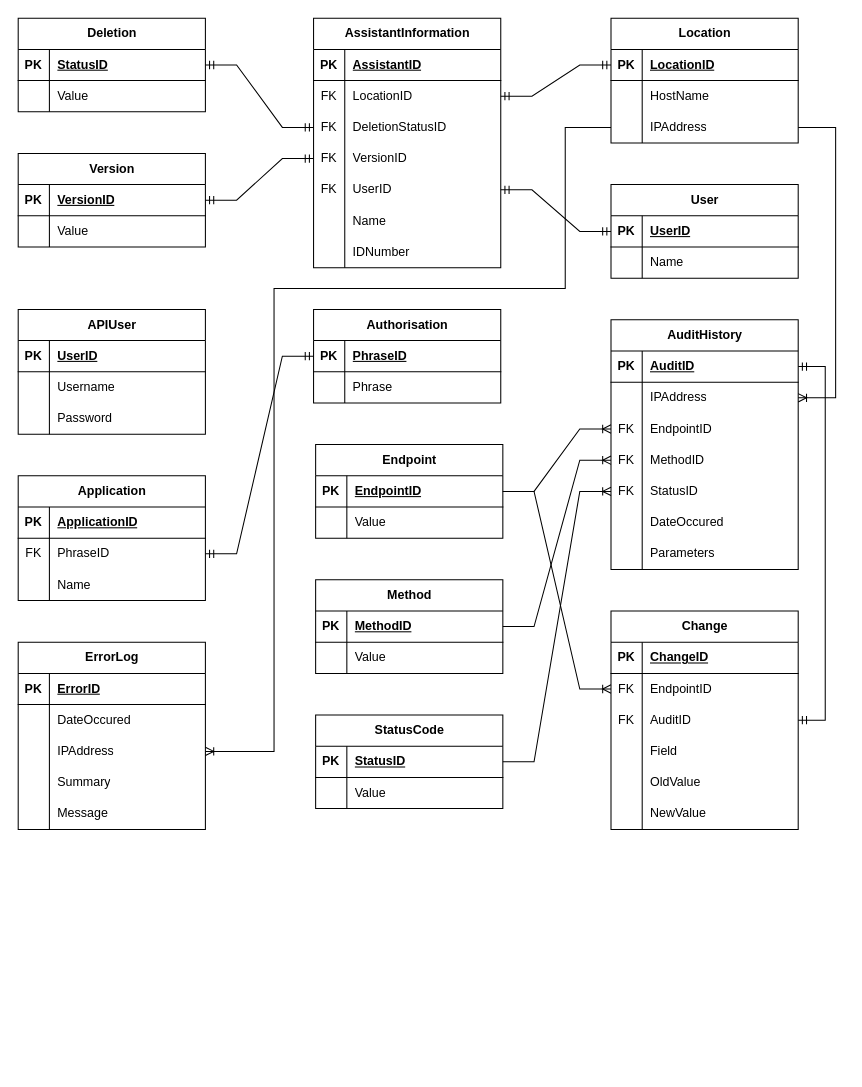
Above: Database ERD.drawio in LegendarySpork9/Hunter-Industries-API (draw.io), before the change. Source tidied: cells renumbered, new cells numbered last; positions are measured from the earlier drawing's top-left corner, leaving out a move shared by most shapes. Both pictures are drawn from the tidied source at 104%, with x=0, y=0 at pixel (18, 18).
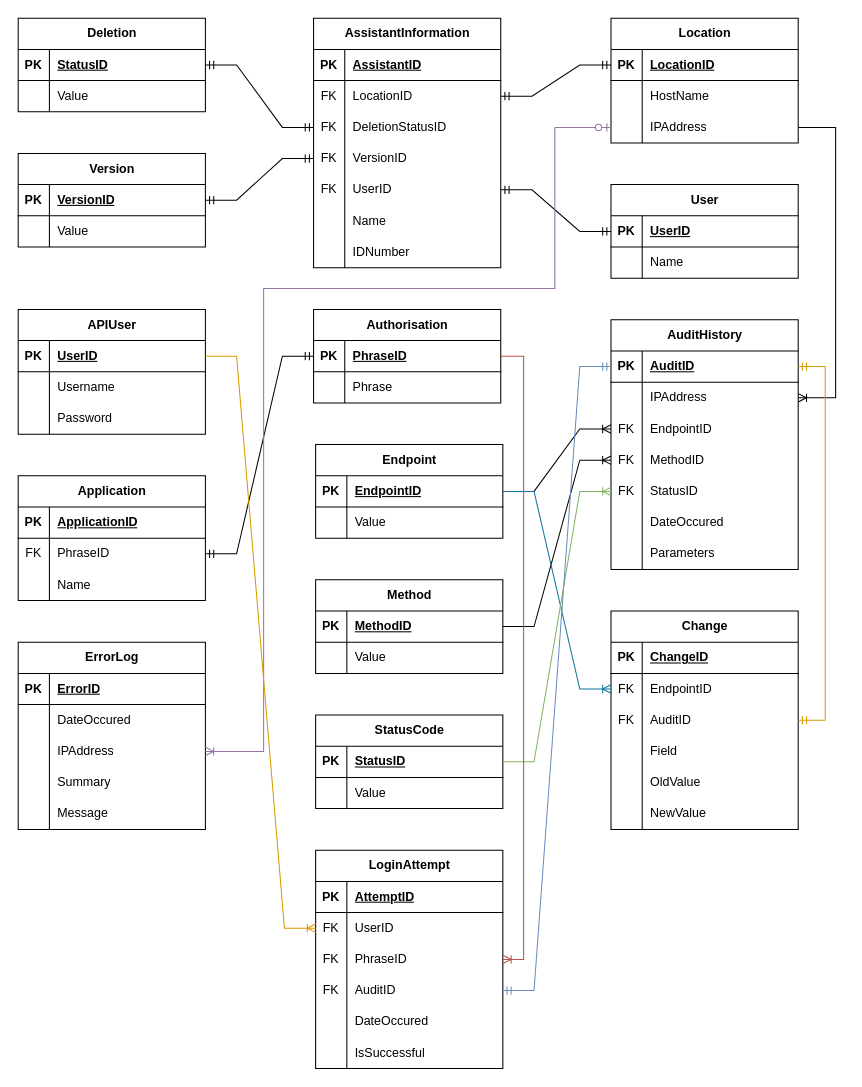
Above is the later version.

The change refers to these unchanged cells:
```xml
<mxCell id="3" style="shape=tableRow;horizontal=0;startSize=0;swimlaneHead=0;swimlaneBody=0;fillColor=none;points=[[0,0.5],[1,0.5]];portConstraint=eastwest;top=0;left=0;right=0;bottom=1;" parent="2" vertex="1">
  <mxGeometry y="30" width="180" height="30" as="geometry" />
</mxCell>
<mxCell id="38" style="shape=tableRow;horizontal=0;startSize=0;swimlaneHead=0;swimlaneBody=0;fillColor=none;points=[[0,0.5],[1,0.5]];portConstraint=eastwest;top=0;left=0;right=0;bottom=0;" parent="31" vertex="1">
  <mxGeometry y="90" width="180" height="30" as="geometry" />
</mxCell>
<mxCell id="67" style="shape=tableRow;horizontal=0;startSize=0;swimlaneHead=0;swimlaneBody=0;fillColor=none;points=[[0,0.5],[1,0.5]];portConstraint=eastwest;top=0;left=0;right=0;bottom=1;" parent="66" vertex="1">
  <mxGeometry y="30" width="180" height="30" as="geometry" />
</mxCell>
<mxCell id="79" style="shape=tableRow;horizontal=0;startSize=0;swimlaneHead=0;swimlaneBody=0;fillColor=none;points=[[0,0.5],[1,0.5]];portConstraint=eastwest;top=0;left=0;right=0;bottom=0;" parent="66" vertex="1">
  <mxGeometry y="150" width="180" height="30" as="geometry" />
</mxCell>
<mxCell id="90" style="shape=tableRow;horizontal=0;startSize=0;swimlaneHead=0;swimlaneBody=0;fillColor=none;points=[[0,0.5],[1,0.5]];portConstraint=eastwest;top=0;left=0;right=0;bottom=1;" parent="89" vertex="1">
  <mxGeometry y="30" width="180" height="30" as="geometry" />
</mxCell>
<mxCell id="106" style="shape=tableRow;horizontal=0;startSize=0;swimlaneHead=0;swimlaneBody=0;fillColor=none;points=[[0,0.5],[1,0.5]];portConstraint=eastwest;top=0;left=0;right=0;bottom=1;" parent="105" vertex="1">
  <mxGeometry y="30" width="180" height="30" as="geometry" />
</mxCell>
<mxCell id="115" value="Change" style="shape=table;startSize=30;childLayout=tableLayout;rowLines=0;fontStyle=1;align=center;html=1;" parent="1" vertex="1">
  <mxGeometry x="570" y="570" width="180" height="210" as="geometry" />
</mxCell>
<mxCell id="119" style="shape=tableRow;horizontal=0;startSize=0;swimlaneHead=0;swimlaneBody=0;fillColor=none;points=[[0,0.5],[1,0.5]];portConstraint=eastwest;top=0;left=0;right=0;bottom=0;" parent="115" vertex="1">
  <mxGeometry y="60" width="180" height="30" as="geometry" />
</mxCell>
<mxCell id="147" style="shape=tableRow;horizontal=0;startSize=0;swimlaneHead=0;swimlaneBody=0;fillColor=none;points=[[0,0.5],[1,0.5]];portConstraint=eastwest;top=0;left=0;right=0;bottom=1;" parent="146" vertex="1">
  <mxGeometry y="30" width="180" height="30" as="geometry" />
</mxCell>
<mxCell id="162" style="shape=tableRow;horizontal=0;startSize=0;swimlaneHead=0;swimlaneBody=0;fillColor=none;points=[[0,0.5],[1,0.5]];portConstraint=eastwest;top=0;left=0;right=0;bottom=0;" parent="155" vertex="1">
  <mxGeometry y="90" width="180" height="30" as="geometry" />
</mxCell>
```

Diff of the diagram source:
```diff
@@
-    <mxCell id="134" style="edgeStyle=entityRelationEdgeStyle;fontSize=12;html=1;endArrow=ERoneToMany;rounded=0;exitX=1;exitY=0.5;exitDx=0;exitDy=0;entryX=0;entryY=0.5;entryDx=0;entryDy=0;" parent="1" edge="1" source="90" target="119">
+    <mxCell id="134" style="edgeStyle=entityRelationEdgeStyle;fontSize=12;html=1;endArrow=ERoneToMany;rounded=0;exitX=1;exitY=0.5;exitDx=0;exitDy=0;entryX=0;entryY=0.5;entryDx=0;entryDy=0;fillColor=#b1ddf0;strokeColor=#10739e;" parent="1" edge="1" source="90" target="119">
       <mxGeometry relative="1" as="geometry" />
     </mxCell>
@@
-    <mxCell id="153" style="edgeStyle=entityRelationEdgeStyle;fontSize=12;html=1;endArrow=ERoneToMany;rounded=0;exitX=1;exitY=0.5;exitDx=0;exitDy=0;entryX=0;entryY=0.5;entryDx=0;entryDy=0;" parent="1" edge="1" source="147" target="79">
+    <mxCell id="153" style="edgeStyle=entityRelationEdgeStyle;fontSize=12;html=1;endArrow=ERoneToMany;rounded=0;exitX=1;exitY=0.5;exitDx=0;exitDy=0;entryX=0;entryY=0.5;entryDx=0;entryDy=0;fillColor=#d5e8d4;strokeColor=#82b366;" parent="1" edge="1" source="147" target="79">
       <mxGeometry relative="1" as="geometry" />
     </mxCell>
-    <mxCell id="154" style="edgeStyle=orthogonalEdgeStyle;fontSize=12;html=1;endArrow=ERmandOne;startArrow=ERmandOne;rounded=0;entryX=1;entryY=0.5;entryDx=0;entryDy=0;exitX=1;exitY=0.5;exitDx=0;exitDy=0;" parent="1" edge="1" source="115" target="67">
+    <mxCell id="154" style="edgeStyle=orthogonalEdgeStyle;fontSize=12;html=1;endArrow=ERmandOne;startArrow=ERmandOne;rounded=0;entryX=1;entryY=0.5;entryDx=0;entryDy=0;exitX=1;exitY=0.5;exitDx=0;exitDy=0;fillColor=#ffe6cc;strokeColor=#d79b00;" parent="1" edge="1" source="115" target="67">
       <mxGeometry relative="1" as="geometry">
         <Array as="points">
           <mxPoint x="776" y="675" />
           <mxPoint x="776" y="335" />
         </Array>
       </mxGeometry>
     </mxCell>
@@
-    <mxCell id="171" style="edgeStyle=orthogonalEdgeStyle;fontSize=12;html=1;endArrow=ERoneToMany;rounded=0;entryX=1;entryY=0.5;entryDx=0;entryDy=0;exitX=0;exitY=0.5;exitDx=0;exitDy=0;" parent="1" edge="1" source="38" target="162">
+    <mxCell id="171" style="edgeStyle=orthogonalEdgeStyle;fontSize=12;html=1;endArrow=ERoneToMany;startArrow=ERzeroToOne;rounded=0;entryX=1;entryY=0.5;entryDx=0;entryDy=0;exitX=0;exitY=0.5;exitDx=0;exitDy=0;fillColor=#e1d5e7;strokeColor=#9673a6;" parent="1" edge="1" source="38" target="162">
       <mxGeometry relative="1" as="geometry">
         <Array as="points">
-          <mxPoint x="526" y="105" />
-          <mxPoint x="526" y="260" />
-          <mxPoint x="246" y="260" />
-          <mxPoint x="246" y="705" />
+          <mxPoint x="516" y="105" />
+          <mxPoint x="516" y="260" />
+          <mxPoint x="236" y="260" />
+          <mxPoint x="236" y="705" />
         </Array>
       </mxGeometry>
     </mxCell>
+    <mxCell id="172" value="LoginAttempt" style="shape=table;startSize=30;childLayout=tableLayout;rowLines=0;fontStyle=1;align=center;html=1;" parent="1" vertex="1">
+      <mxGeometry x="286" y="800" width="180" height="210" as="geometry" />
+    </mxCell>
+    <mxCell id="173" style="shape=tableRow;horizontal=0;startSize=0;swimlaneHead=0;swimlaneBody=0;fillColor=none;top=0;left=0;right=0;bottom=1;" parent="172" vertex="1">
+      <mxGeometry y="30" width="180" height="30" as="geometry" />
+    </mxCell>
+    <mxCell id="174" value="PK" style="shape=partialRectangle;fillColor=none;top=0;left=0;bottom=0;right=0;fontStyle=1;overflow=hidden;whiteSpace=wrap;html=1;" parent="173" vertex="1">
+      <mxGeometry width="30" height="30" as="geometry" />
+    </mxCell>
+    <mxCell id="175" value="AttemptID" style="shape=partialRectangle;fillColor=none;top=0;left=0;bottom=0;right=0;align=left;spacingLeft=6;fontStyle=5;overflow=hidden;whiteSpace=wrap;html=1;" parent="173" vertex="1">
+      <mxGeometry x="30" width="150" height="30" as="geometry" />
+    </mxCell>
+    <mxCell id="176" style="shape=tableRow;horizontal=0;startSize=0;swimlaneHead=0;swimlaneBody=0;fillColor=none;points=[[0,0.5],[1,0.5]];portConstraint=eastwest;top=0;left=0;right=0;bottom=0;" parent="172" vertex="1">
+      <mxGeometry y="60" width="180" height="30" as="geometry" />
+    </mxCell>
+    <mxCell id="177" value="FK" style="shape=partialRectangle;fillColor=none;top=0;left=0;bottom=0;right=0;overflow=hidden;whiteSpace=wrap;html=1;" parent="176" vertex="1">
+      <mxGeometry width="30" height="30" as="geometry" />
+    </mxCell>
+    <mxCell id="178" value="UserID" style="shape=partialRectangle;fillColor=none;top=0;left=0;bottom=0;right=0;align=left;spacingLeft=6;overflow=hidden;whiteSpace=wrap;html=1;" parent="176" vertex="1">
+      <mxGeometry x="30" width="150" height="30" as="geometry" />
+    </mxCell>
+    <mxCell id="179" style="shape=tableRow;horizontal=0;startSize=0;swimlaneHead=0;swimlaneBody=0;fillColor=none;points=[[0,0.5],[1,0.5]];portConstraint=eastwest;top=0;left=0;right=0;bottom=0;" parent="172" vertex="1">
+      <mxGeometry y="90" width="180" height="30" as="geometry" />
+    </mxCell>
+    <mxCell id="180" value="FK" style="shape=partialRectangle;fillColor=none;top=0;left=0;bottom=0;right=0;overflow=hidden;whiteSpace=wrap;html=1;" parent="179" vertex="1">
+      <mxGeometry width="30" height="30" as="geometry" />
+    </mxCell>
+    <mxCell id="181" value="PhraseID" style="shape=partialRectangle;fillColor=none;top=0;left=0;bottom=0;right=0;align=left;spacingLeft=6;overflow=hidden;whiteSpace=wrap;html=1;" parent="179" vertex="1">
+      <mxGeometry x="30" width="150" height="30" as="geometry" />
+    </mxCell>
+    <mxCell id="182" style="shape=tableRow;horizontal=0;startSize=0;swimlaneHead=0;swimlaneBody=0;fillColor=none;points=[[0,0.5],[1,0.5]];portConstraint=eastwest;top=0;left=0;right=0;bottom=0;" parent="172" vertex="1">
+      <mxGeometry y="120" width="180" height="30" as="geometry" />
+    </mxCell>
+    <mxCell id="183" value="FK" style="shape=partialRectangle;fillColor=none;top=0;left=0;bottom=0;right=0;overflow=hidden;whiteSpace=wrap;html=1;" parent="182" vertex="1">
+      <mxGeometry width="30" height="30" as="geometry" />
+    </mxCell>
+    <mxCell id="184" value="AuditID" style="shape=partialRectangle;fillColor=none;top=0;left=0;bottom=0;right=0;align=left;spacingLeft=6;overflow=hidden;whiteSpace=wrap;html=1;" parent="182" vertex="1">
+      <mxGeometry x="30" width="150" height="30" as="geometry" />
+    </mxCell>
+    <mxCell id="185" style="shape=tableRow;horizontal=0;startSize=0;swimlaneHead=0;swimlaneBody=0;fillColor=none;top=0;left=0;right=0;bottom=0;" parent="172" vertex="1">
+      <mxGeometry y="150" width="180" height="30" as="geometry" />
+    </mxCell>
+    <mxCell id="186" style="shape=partialRectangle;fillColor=none;top=0;left=0;bottom=0;right=0;overflow=hidden;whiteSpace=wrap;html=1;" parent="185" vertex="1">
+      <mxGeometry width="30" height="30" as="geometry" />
+    </mxCell>
+    <mxCell id="187" value="DateOccured" style="shape=partialRectangle;fillColor=none;top=0;left=0;bottom=0;right=0;align=left;spacingLeft=6;overflow=hidden;whiteSpace=wrap;html=1;" parent="185" vertex="1">
+      <mxGeometry x="30" width="150" height="30" as="geometry" />
+    </mxCell>
+    <mxCell id="188" style="shape=tableRow;horizontal=0;startSize=0;swimlaneHead=0;swimlaneBody=0;fillColor=none;top=0;left=0;right=0;bottom=0;" parent="172" vertex="1">
+      <mxGeometry y="180" width="180" height="30" as="geometry" />
+    </mxCell>
+    <mxCell id="189" style="shape=partialRectangle;fillColor=none;top=0;left=0;bottom=0;right=0;overflow=hidden;whiteSpace=wrap;html=1;" parent="188" vertex="1">
+      <mxGeometry width="30" height="30" as="geometry" />
+    </mxCell>
+    <mxCell id="190" value="IsSuccessful" style="shape=partialRectangle;fillColor=none;top=0;left=0;bottom=0;right=0;align=left;spacingLeft=6;overflow=hidden;whiteSpace=wrap;html=1;" parent="188" vertex="1">
+      <mxGeometry x="30" width="150" height="30" as="geometry" />
+    </mxCell>
+    <mxCell id="191" style="edgeStyle=entityRelationEdgeStyle;fontSize=12;html=1;endArrow=ERoneToMany;rounded=0;entryX=0;entryY=0.5;entryDx=0;entryDy=0;exitX=1;exitY=0.5;exitDx=0;exitDy=0;fillColor=#ffe6cc;strokeColor=#d79b00;" parent="1" edge="1" source="106" target="176">
+      <mxGeometry relative="1" as="geometry" />
+    </mxCell>
+    <mxCell id="192" style="edgeStyle=orthogonalEdgeStyle;fontSize=12;html=1;endArrow=ERoneToMany;rounded=0;entryX=1;entryY=0.5;entryDx=0;entryDy=0;exitX=1;exitY=0.5;exitDx=0;exitDy=0;fillColor=#f8cecc;strokeColor=#b85450;" parent="1" edge="1" source="3" target="179">
+      <mxGeometry relative="1" as="geometry">
+        <Array as="points">
+          <mxPoint x="486" y="325" />
+          <mxPoint x="486" y="905" />
+        </Array>
+      </mxGeometry>
+    </mxCell>
+    <mxCell id="193" style="edgeStyle=entityRelationEdgeStyle;fontSize=12;html=1;endArrow=ERmandOne;startArrow=ERmandOne;rounded=0;entryX=0;entryY=0.5;entryDx=0;entryDy=0;exitX=1;exitY=0.5;exitDx=0;exitDy=0;fillColor=#dae8fc;strokeColor=#6c8ebf;" parent="1" edge="1" source="182" target="67">
+      <mxGeometry relative="1" as="geometry" />
+    </mxCell>
```
